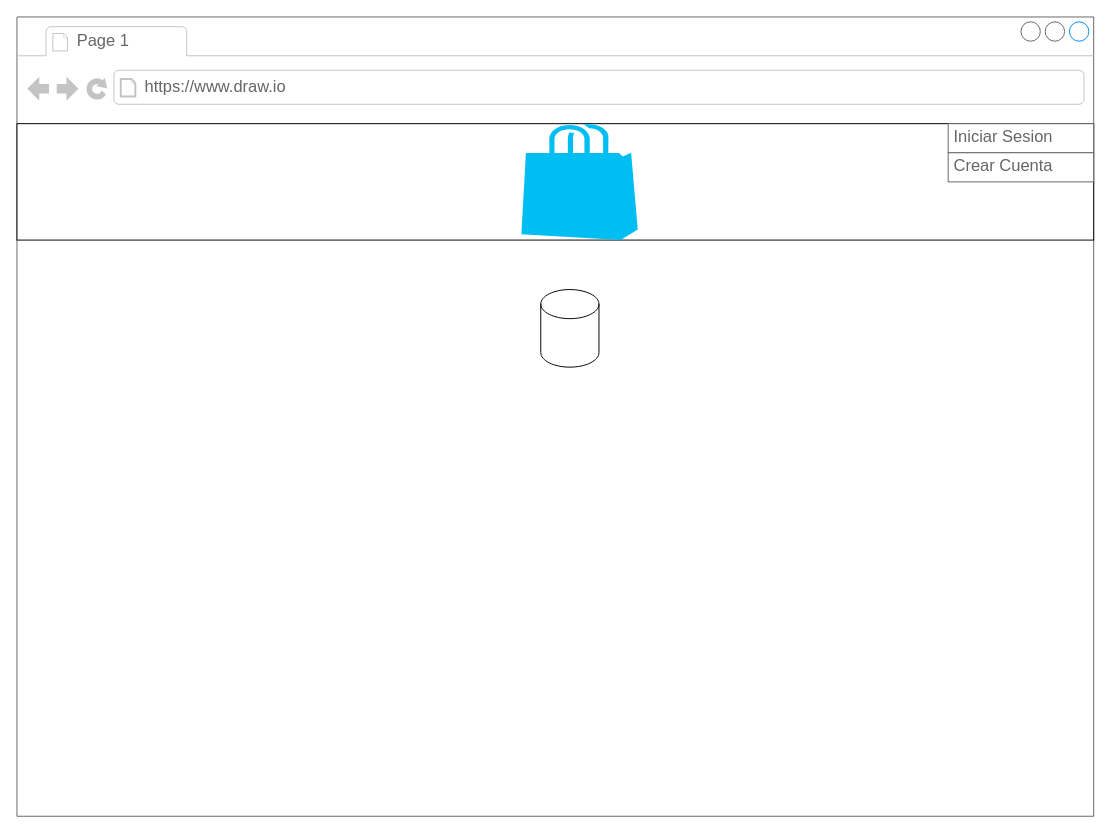
VPDamian/curso-html-css-inicial-integrador keeps this draw.io diagram as Wireframe/Tienda en Linea.drawio. Above is the earlier version. Source tidied: cells renumbered, new cells numbered last; positions are measured from the earlier drawing's top-left corner, leaving out a move shared by most shapes. Both pictures are drawn from the tidied source at 97%, with x=0, y=0 at pixel (16, 16).
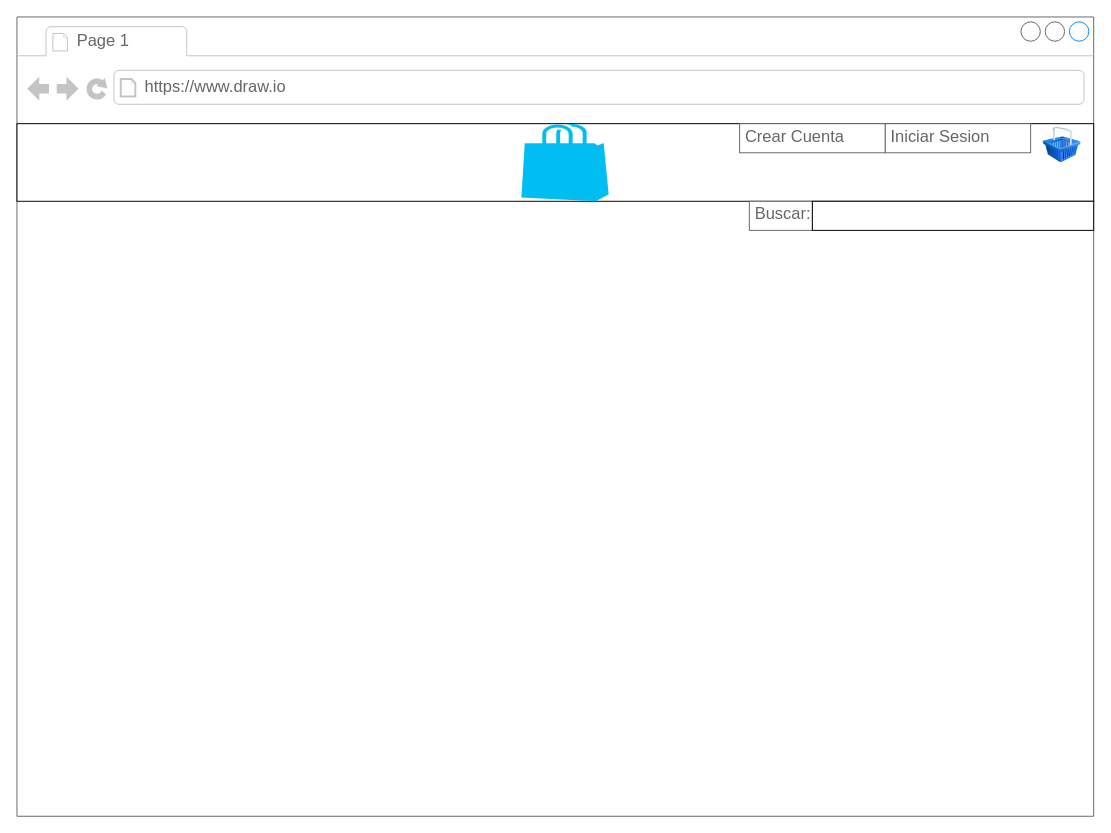
The same diagram, later.

The edit, as a diff of the source:
```diff
@@
 <mxGraphModel background="#ffffff">
   <root>
     <mxCell id="0" />
     <mxCell id="1" parent="0" />
     <mxCell id="2" style="strokeWidth=1;shadow=0;dashed=0;align=center;html=1;shape=mxgraph.mockup.containers.browserWindow;rSize=0;strokeColor=#666666;strokeColor2=#008cff;strokeColor3=#c4c4c4;mainText=,;" parent="1" vertex="1">
       <mxGeometry width="1110" height="824" as="geometry" />
     </mxCell>
     <mxCell id="3" value="Page 1" style="strokeWidth=1;shadow=0;dashed=0;align=center;html=1;shape=mxgraph.mockup.containers.anchor;fontSize=17;fontColor=#666666;align=left;whiteSpace=wrap;" parent="2" vertex="1">
       <mxGeometry x="60" y="12" width="110" height="26" as="geometry" />
     </mxCell>
     <mxCell id="4" value="https://www.draw.io" style="strokeWidth=1;shadow=0;dashed=0;align=center;html=1;shape=mxgraph.mockup.containers.anchor;rSize=0;fontSize=17;fontColor=#666666;align=left;" parent="2" vertex="1">
       <mxGeometry x="130" y="60" width="250" height="26" as="geometry" />
     </mxCell>
     <mxCell id="5" style="rounded=0;whiteSpace=wrap;html=1;" parent="2" vertex="1">
-      <mxGeometry y="110" width="1110" height="120" as="geometry" />
+      <mxGeometry y="110" width="1110" height="80" as="geometry" />
     </mxCell>
     <mxCell id="6" style="verticalLabelPosition=bottom;html=1;verticalAlign=top;align=center;strokeColor=none;fillColor=#00BEF2;shape=mxgraph.azure.azure_marketplace;" parent="2" vertex="1">
-      <mxGeometry x="520" y="110" width="120" height="120" as="geometry" />
+      <mxGeometry x="520" y="110" width="90" height="80" as="geometry" />
     </mxCell>
     <mxCell id="7" value="Iniciar Sesion" style="strokeWidth=1;shadow=0;dashed=0;align=center;html=1;shape=mxgraph.mockup.text.textBox;fontColor=#666666;align=left;fontSize=17;spacingLeft=4;spacingTop=-3;whiteSpace=wrap;strokeColor=#666666;mainText=;" parent="2" vertex="1">
-      <mxGeometry x="960" y="110" width="150" height="30" as="geometry" />
+      <mxGeometry x="895" y="110" width="150" height="30" as="geometry" />
     </mxCell>
     <mxCell id="8" value="Crear Cuenta" style="strokeWidth=1;shadow=0;dashed=0;align=center;html=1;shape=mxgraph.mockup.text.textBox;fontColor=#666666;align=left;fontSize=17;spacingLeft=4;spacingTop=-3;whiteSpace=wrap;strokeColor=#666666;mainText=;" parent="2" vertex="1">
-      <mxGeometry x="960" y="140" width="150" height="30" as="geometry" />
+      <mxGeometry x="745" y="110" width="150" height="30" as="geometry" />
     </mxCell>
-    <mxCell id="9" style="shape=cylinder3;whiteSpace=wrap;html=1;boundedLbl=1;backgroundOutline=1;size=15;" parent="1" vertex="1">
-      <mxGeometry x="540" y="281" width="60" height="80" as="geometry" />
-    </mxCell>
+    <mxCell id="10" style="image;html=1;image=img/lib/clip_art/finance/Shopping_Cart_128x128.png;" parent="2" vertex="1">
+      <mxGeometry x="1045" y="114" width="65" height="36" as="geometry" />
+    </mxCell>
+    <mxCell id="11" value="Buscar:" style="strokeWidth=1;shadow=0;dashed=0;align=center;html=1;shape=mxgraph.mockup.text.textBox;fontColor=#666666;align=left;fontSize=17;spacingLeft=4;spacingTop=-3;whiteSpace=wrap;strokeColor=#666666;mainText=;" parent="2" vertex="1">
+      <mxGeometry x="755" y="190" width="65" height="30" as="geometry" />
+    </mxCell>
+    <mxCell id="12" style="rounded=0;whiteSpace=wrap;html=1;" parent="2" vertex="1">
+      <mxGeometry x="820" y="190" width="290" height="30" as="geometry" />
+    </mxCell>
   </root>
 </mxGraphModel>
```
